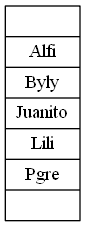
The Graphviz diagram Inorden.png in ByLy23/Scrabble_CPP, before a commit. Its source is kept beside it as Inorden.dot.
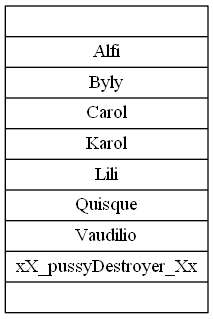
The same diagram one commit later.

Diff of the diagram source:
```diff
@@ -1,4 +1,4 @@
 digraph graficaInorden{
  linkdir=LR
- arreglo[shape= record label= "{|Alfi|Byly|Juanito|Lili|Pgre|}"];
+ arreglo[shape= record label= "{|Alfi|Byly|Carol|Karol|Lili|Quisque|Vaudilio|xX_pussyDestroyer_Xx|}"];
 }
```
